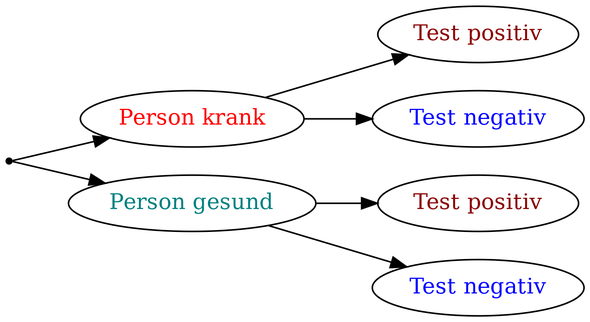
Earlier version of the Graphviz export images/baum1_farbig.png (IFAFMultiLA/TestgenauigkeitBayes). Its source is kept beside it as images/baum1_farbig.dot. Its diagram source:
```dot
digraph {

graph [rankdir = "LR"]



  "1" [label = "", shape = "point", fontcolor = ""]
  "2" [label = "Person krank", shape = "ellipse", fontcolor = "#FF0000"]
  "3" [label = "Test positiv", shape = "ellipse", fontcolor = "#8b0000"]
  "4" [label = "Test negativ", shape = "ellipse", fontcolor = "#0000ff"]
  "5" [label = "Person gesund", shape = "ellipse", fontcolor = "#008080"]
  "6" [label = "Test positiv", shape = "ellipse", fontcolor = "#8b0000"]
  "7" [label = "Test negativ", shape = "ellipse", fontcolor = "#0000ff"]
  "1"->"2"
  "1"->"5"
  "2"->"3"
  "2"->"4"
  "5"->"6"
  "5"->"7"
}
```
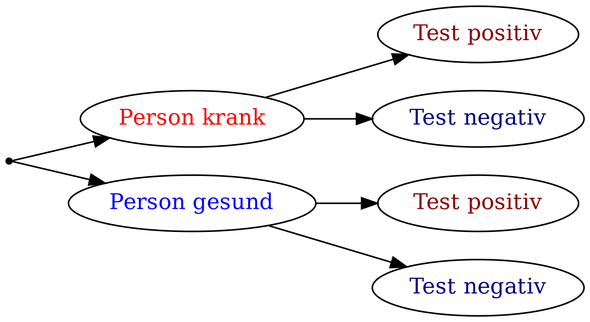
After the commit.

Diff of the diagram source:
```diff
@@ -7,10 +7,10 @@
   "1" [label = "", shape = "point", fontcolor = ""]
   "2" [label = "Person krank", shape = "ellipse", fontcolor = "#FF0000"]
   "3" [label = "Test positiv", shape = "ellipse", fontcolor = "#8b0000"]
-  "4" [label = "Test negativ", shape = "ellipse", fontcolor = "#0000ff"]
-  "5" [label = "Person gesund", shape = "ellipse", fontcolor = "#008080"]
+  "4" [label = "Test negativ", shape = "ellipse", fontcolor = "#000080"]
+  "5" [label = "Person gesund", shape = "ellipse", fontcolor = "#0000ff"]
   "6" [label = "Test positiv", shape = "ellipse", fontcolor = "#8b0000"]
-  "7" [label = "Test negativ", shape = "ellipse", fontcolor = "#0000ff"]
+  "7" [label = "Test negativ", shape = "ellipse", fontcolor = "#000080"]
   "1"->"2"
   "1"->"5"
   "2"->"3"
```
